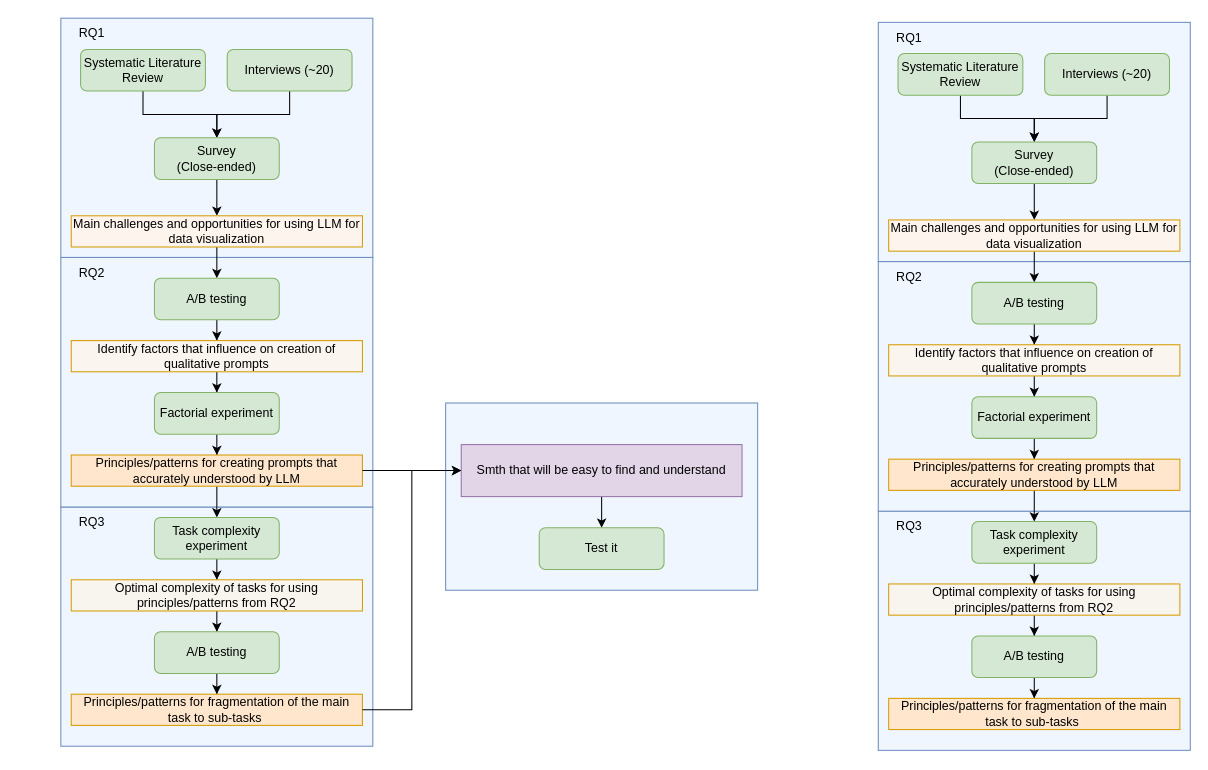
Olshanskaya/phd-draw-io keeps this draw.io diagram as methodology.drawio. Above is the earlier version. Source tidied: cells renumbered, new cells numbered last; positions are measured from the earlier drawing's top-left corner, leaving out a move shared by most shapes. Both pictures are drawn from the tidied source at 104%, with x=0, y=0 at pixel (60, 18).
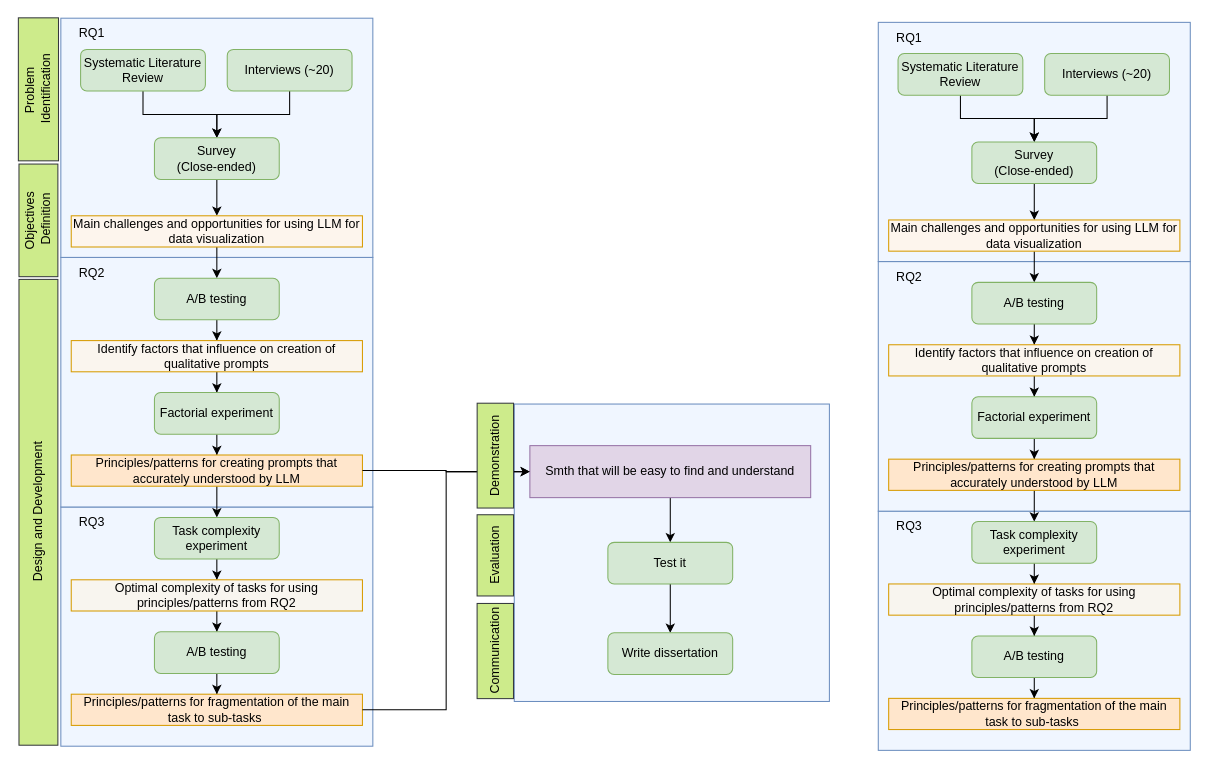
Above is the later version.

Change to the diagram source:
```diff
@@
     <mxCell id="31" style="rounded=0;whiteSpace=wrap;html=1;fillColor=light-dark(#F0F6FF,#F0F6FF);strokeColor=#6c8ebf;" parent="1" vertex="1">
-      <mxGeometry x="370" y="370" width="300" height="180" as="geometry" />
+      <mxGeometry x="436" y="371" width="303" height="286" as="geometry" />
     </mxCell>
@@
     <mxCell id="33" value="Smth that will be easy to find and understand" style="rounded=0;whiteSpace=wrap;html=1;fillColor=#e1d5e7;strokeColor=#9673a6;" parent="1" vertex="1">
-      <mxGeometry x="385" y="410" width="270" height="50" as="geometry" />
+      <mxGeometry x="451" y="411" width="270" height="50" as="geometry" />
     </mxCell>
+    <mxCell id="66" style="edgeStyle=orthogonalEdgeStyle;rounded=0;jettySize=auto;html=1;" parent="1" edge="1" source="34" target="70">
+      <mxGeometry relative="1" as="geometry" />
+    </mxCell>
     <mxCell id="34" value="Test it" style="rounded=1;whiteSpace=wrap;html=1;fontSize=12;glass=0;strokeWidth=1;shadow=0;fillColor=#d5e8d4;strokeColor=#82b366;" parent="1" vertex="1">
-      <mxGeometry x="460" y="490" width="120" height="40" as="geometry" />
+      <mxGeometry x="526" y="504" width="120" height="40" as="geometry" />
     </mxCell>
@@
+    <mxCell id="67" value="Problem&amp;nbsp;&lt;div&gt;Identification&lt;/div&gt;" style="rounded=0;whiteSpace=wrap;html=1;fillColor=#cdeb8b;strokeColor=#36393d;rotation=-90;" parent="1" vertex="1">
+      <mxGeometry x="-90.3" y="49.1" width="137.5" height="38.6" as="geometry" />
+    </mxCell>
+    <mxCell id="68" value="Objectives&lt;div&gt;&amp;nbsp;Definition&lt;/div&gt;" style="rounded=0;whiteSpace=wrap;html=1;fillColor=#cdeb8b;strokeColor=#36393d;rotation=-90;" parent="1" vertex="1">
+      <mxGeometry x="-75.7" y="175.7" width="108.3" height="37.4" as="geometry" />
+    </mxCell>
+    <mxCell id="69" value="Communication" style="rounded=0;whiteSpace=wrap;html=1;fillColor=#cdeb8b;strokeColor=#36393d;rotation=-90;" parent="1" vertex="1">
+      <mxGeometry x="372" y="591" width="91.5" height="35" as="geometry" />
+    </mxCell>
+    <mxCell id="70" value="Write dissertation" style="rounded=1;whiteSpace=wrap;html=1;fontSize=12;glass=0;strokeWidth=1;shadow=0;fillColor=#d5e8d4;strokeColor=#82b366;" parent="1" vertex="1">
+      <mxGeometry x="526" y="591" width="120" height="40" as="geometry" />
+    </mxCell>
+    <mxCell id="71" value="Design and Development" style="rounded=0;whiteSpace=wrap;html=1;fillColor=#cdeb8b;strokeColor=#36393d;rotation=-90;" parent="1" vertex="1">
+      <mxGeometry x="-245.5" y="456.4" width="447.9" height="37.4" as="geometry" />
+    </mxCell>
+    <mxCell id="72" value="Demonstration" style="rounded=0;whiteSpace=wrap;html=1;fillColor=#cdeb8b;strokeColor=#36393d;rotation=-90;" parent="1" vertex="1">
+      <mxGeometry x="367.4" y="403.1" width="100.8" height="35" as="geometry" />
+    </mxCell>
+    <mxCell id="73" value="Evaluation" style="rounded=0;whiteSpace=wrap;html=1;fillColor=#cdeb8b;strokeColor=#36393d;rotation=-90;" parent="1" vertex="1">
+      <mxGeometry x="378.7" y="499" width="78.1" height="35" as="geometry" />
+    </mxCell>
```
